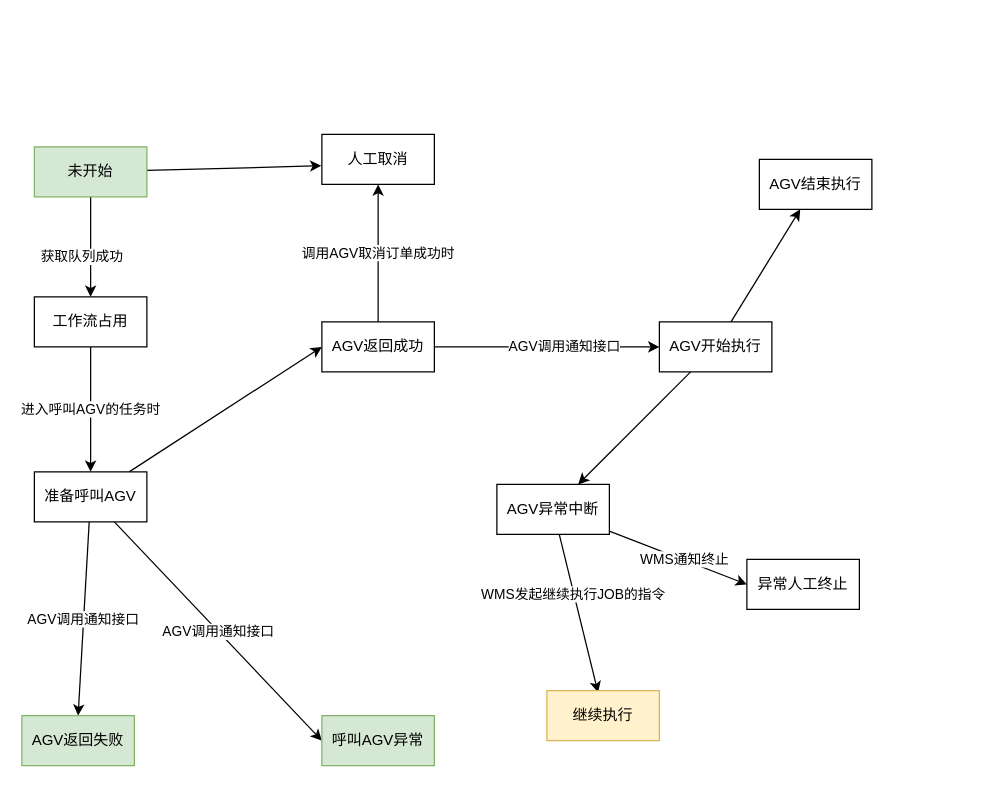
This is page "JOB状态" (5 of 5) of dispatching-service/docs/AGV运输流程.dio from a1204503376/wms, a draw.io file, before an edit. Source tidied: cells renumbered, new cells numbered last; positions are measured from the earlier drawing's top-left corner, leaving out a move shared by most shapes. Both pictures are drawn from the tidied source at 125%, with x=0, y=0 at pixel (21, 134).
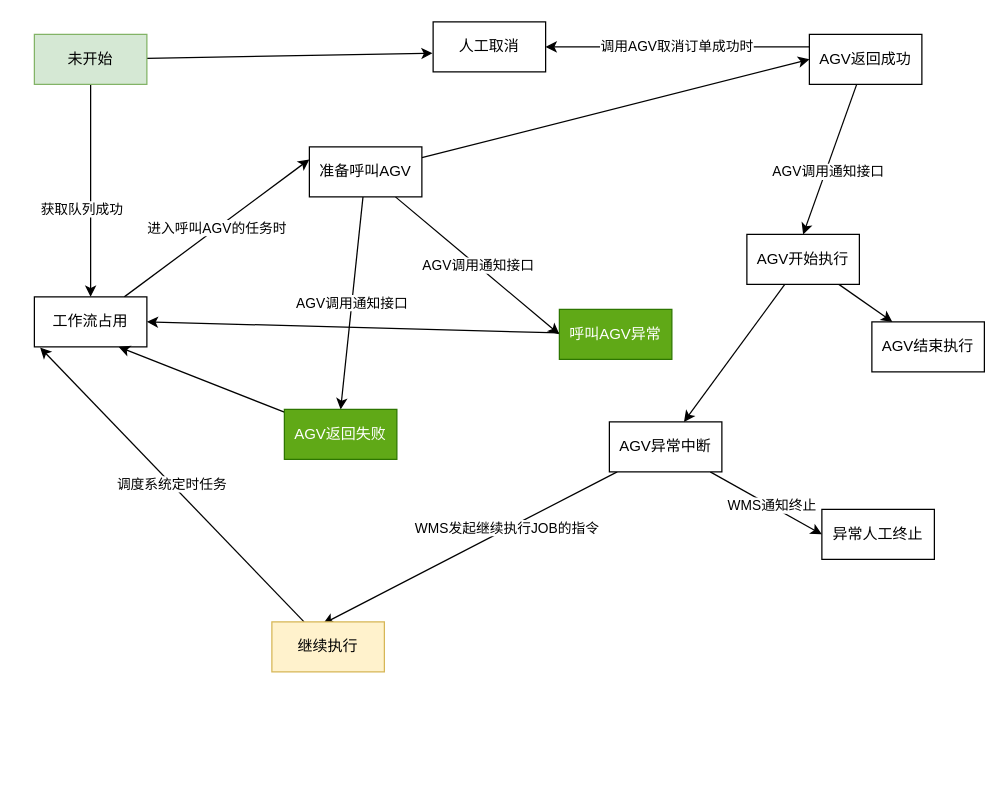
Above is the later version.

Unchanged cells that the change refers to:
```xml
<mxCell id="11" value="工作流占用" style="whiteSpace=wrap;html=1;" parent="1" vertex="1">
  <mxGeometry x="10" y="130" width="90" height="40" as="geometry" />
</mxCell>
```

Change to the diagram source:
```diff
@@
     <mxCell id="5" value="未开始" style="whiteSpace=wrap;html=1;fillColor=#d5e8d4;strokeColor=#82b366;" parent="1" vertex="1">
-      <mxGeometry x="10" y="10" width="90" height="40" as="geometry" />
+      <mxGeometry x="10" y="-80" width="90" height="40" as="geometry" />
     </mxCell>
@@
     <mxCell id="9" value="准备呼叫AGV" style="whiteSpace=wrap;html=1;" parent="1" vertex="1">
-      <mxGeometry x="10" y="270" width="90" height="40" as="geometry" />
+      <mxGeometry x="230" y="10" width="90" height="40" as="geometry" />
     </mxCell>
-    <mxCell id="10" value="进入呼叫AGV的任务时" style="edgeStyle=none;html=1;entryX=0.5;entryY=0;entryDx=0;entryDy=0;" parent="1" edge="1" source="11" target="9">
+    <mxCell id="10" value="进入呼叫AGV的任务时" style="edgeStyle=none;html=1;entryX=0;entryY=0.25;entryDx=0;entryDy=0;" parent="1" edge="1" source="11" target="9">
       <mxGeometry relative="1" as="geometry" />
     </mxCell>
@@
     <mxCell id="12" value="AGV结束执行" style="whiteSpace=wrap;html=1;" parent="1" vertex="1">
-      <mxGeometry x="590" y="20" width="90" height="40" as="geometry" />
+      <mxGeometry x="680" y="150" width="90" height="40" as="geometry" />
     </mxCell>
@@
     <mxCell id="16" value="AGV开始执行" style="whiteSpace=wrap;html=1;" parent="1" vertex="1">
-      <mxGeometry x="510" y="150" width="90" height="40" as="geometry" />
+      <mxGeometry x="580" y="80" width="90" height="40" as="geometry" />
     </mxCell>
     <mxCell id="17" value="人工取消" style="whiteSpace=wrap;html=1;" parent="1" vertex="1">
-      <mxGeometry x="240" width="90" height="40" as="geometry" />
+      <mxGeometry x="329" y="-90" width="90" height="40" as="geometry" />
     </mxCell>
     <mxCell id="18" value="异常人工终止" style="whiteSpace=wrap;html=1;" parent="1" vertex="1">
-      <mxGeometry x="580" y="340" width="90" height="40" as="geometry" />
+      <mxGeometry x="640" y="300" width="90" height="40" as="geometry" />
     </mxCell>
@@
     <mxCell id="23" value="AGV异常中断" style="whiteSpace=wrap;html=1;" parent="1" vertex="1">
-      <mxGeometry x="380" y="280" width="90" height="40" as="geometry" />
+      <mxGeometry x="470" y="230" width="90" height="40" as="geometry" />
     </mxCell>
-    <mxCell id="24" style="edgeStyle=none;html=1;entryX=0;entryY=0.5;entryDx=0;entryDy=0;" parent="1" edge="1" source="27" target="16">
+    <mxCell id="24" style="edgeStyle=none;html=1;entryX=0.5;entryY=0;entryDx=0;entryDy=0;" parent="1" edge="1" source="27" target="16">
       <mxGeometry relative="1" as="geometry" />
     </mxCell>
@@
-    <mxCell id="26" value="调用AGV取消订单成功时" style="edgeStyle=none;html=1;exitX=0.5;exitY=0;exitDx=0;exitDy=0;entryX=0.5;entryY=1;entryDx=0;entryDy=0;" parent="1" edge="1" source="27" target="17">
+    <mxCell id="26" value="调用AGV取消订单成功时" style="edgeStyle=none;html=1;exitX=0;exitY=0.25;exitDx=0;exitDy=0;" parent="1" edge="1" source="27" target="17">
       <mxGeometry relative="1" as="geometry" />
     </mxCell>
     <mxCell id="27" value="AGV返回成功" style="whiteSpace=wrap;html=1;" parent="1" vertex="1">
-      <mxGeometry x="240" y="150" width="90" height="40" as="geometry" />
+      <mxGeometry x="630" y="-80" width="90" height="40" as="geometry" />
     </mxCell>
+    <mxCell id="31" style="edgeStyle=none;html=1;entryX=0.75;entryY=1;entryDx=0;entryDy=0;" parent="1" edge="1" source="28" target="11">
+      <mxGeometry relative="1" as="geometry" />
+    </mxCell>
-    <mxCell id="28" value="AGV返回失败" style="whiteSpace=wrap;html=1;fillColor=#d5e8d4;strokeColor=#82b366;" parent="1" vertex="1">
-      <mxGeometry y="465" width="90" height="40" as="geometry" />
+    <mxCell id="28" value="AGV返回失败" style="whiteSpace=wrap;html=1;fillColor=#60a917;strokeColor=#2D7600;fontColor=#ffffff;" parent="1" vertex="1">
+      <mxGeometry x="210" y="220" width="90" height="40" as="geometry" />
     </mxCell>
+    <mxCell id="32" style="edgeStyle=none;html=1;entryX=1;entryY=0.5;entryDx=0;entryDy=0;" parent="1" edge="1" source="29" target="11">
+      <mxGeometry relative="1" as="geometry" />
+    </mxCell>
-    <mxCell id="29" value="呼叫AGV异常" style="whiteSpace=wrap;html=1;fillColor=#d5e8d4;strokeColor=#82b366;" parent="1" vertex="1">
-      <mxGeometry x="240" y="465" width="90" height="40" as="geometry" />
+    <mxCell id="29" value="呼叫AGV异常" style="whiteSpace=wrap;html=1;fillColor=#60a917;strokeColor=#2D7600;fontColor=#ffffff;" parent="1" vertex="1">
+      <mxGeometry x="430" y="140" width="90" height="40" as="geometry" />
     </mxCell>
+    <mxCell id="33" value="调度系统定时任务" style="edgeStyle=none;html=1;entryX=0.051;entryY=1.012;entryDx=0;entryDy=0;entryPerimeter=0;" parent="1" edge="1" source="30" target="11">
+      <mxGeometry relative="1" as="geometry" />
+    </mxCell>
     <mxCell id="30" value="继续执行" style="whiteSpace=wrap;html=1;fillColor=#fff2cc;strokeColor=#d6b656;" parent="1" vertex="1">
-      <mxGeometry x="420" y="445" width="90" height="40" as="geometry" />
+      <mxGeometry x="200" y="390" width="90" height="40" as="geometry" />
     </mxCell>
```
